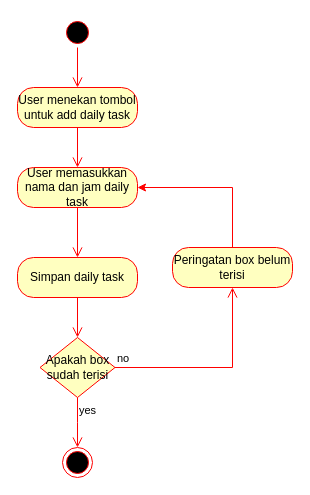
Before: page "Add daily task activity" (7 of 8) of Molitio.drawio in jearsevan101/Molitio, a draw.io diagram. Source tidied: cells renumbered, new cells numbered last; positions are measured from the earlier drawing's top-left corner, leaving out a move shared by most shapes. Both pictures are drawn from the tidied source at 100%, with x=0, y=0 at pixel (17, 17).
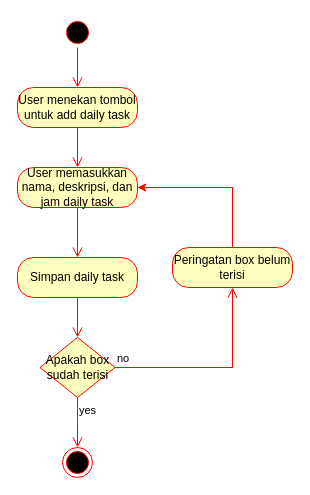
The same diagram, later.

Diff of the diagram source:
```diff
@@
 <mxGraphModel>
   <root>
     <mxCell id="0" />
     <mxCell id="1" parent="0" />
     <mxCell id="2" style="ellipse;html=1;shape=startState;fillColor=#000000;strokeColor=#ff0000;" parent="1" vertex="1">
       <mxGeometry x="45" width="30" height="30" as="geometry" />
     </mxCell>
     <mxCell id="3" style="edgeStyle=orthogonalEdgeStyle;html=1;verticalAlign=bottom;endArrow=open;endSize=8;strokeColor=#ff0000;rounded=0;entryX=0.5;entryY=0;entryDx=0;entryDy=0;" parent="1" edge="1" source="2" target="4">
       <mxGeometry relative="1" as="geometry" />
     </mxCell>
     <mxCell id="4" value="User menekan tombol untuk add daily task" style="rounded=1;whiteSpace=wrap;html=1;arcSize=40;fontColor=#000000;fillColor=#ffffc0;strokeColor=#ff0000;" parent="1" vertex="1">
       <mxGeometry y="70" width="120" height="40" as="geometry" />
     </mxCell>
     <mxCell id="5" style="edgeStyle=orthogonalEdgeStyle;html=1;verticalAlign=bottom;endArrow=open;endSize=8;strokeColor=#ff0000;rounded=0;entryX=0.5;entryY=0;entryDx=0;entryDy=0;" parent="1" edge="1" source="4" target="6">
       <mxGeometry relative="1" as="geometry" />
     </mxCell>
-    <mxCell id="6" value="User memasukkan nama dan jam daily task" style="rounded=1;whiteSpace=wrap;html=1;arcSize=40;fontColor=#000000;fillColor=#ffffc0;strokeColor=#ff0000;" parent="1" vertex="1">
+    <mxCell id="6" value="User memasukkan nama, deskripsi, dan jam daily task" style="rounded=1;whiteSpace=wrap;html=1;arcSize=40;fontColor=#000000;fillColor=#ffffc0;strokeColor=#ff0000;" parent="1" vertex="1">
       <mxGeometry y="150" width="120" height="40" as="geometry" />
     </mxCell>
     <mxCell id="7" style="edgeStyle=orthogonalEdgeStyle;html=1;verticalAlign=bottom;endArrow=open;endSize=8;strokeColor=#ff0000;rounded=0;entryX=0.5;entryY=0;entryDx=0;entryDy=0;" parent="1" edge="1" source="6" target="14">
       <mxGeometry relative="1" as="geometry" />
     </mxCell>
     <mxCell id="8" style="ellipse;html=1;shape=endState;fillColor=#000000;strokeColor=#ff0000;" parent="1" vertex="1">
       <mxGeometry x="45" y="430" width="30" height="30" as="geometry" />
     </mxCell>
     <mxCell id="9" value="Apakah box sudah terisi" style="rhombus;whiteSpace=wrap;html=1;fontColor=#000000;fillColor=#ffffc0;strokeColor=#ff0000;" parent="1" vertex="1">
       <mxGeometry x="22.5" y="320" width="75" height="60" as="geometry" />
     </mxCell>
     <mxCell id="10" value="no" style="edgeStyle=orthogonalEdgeStyle;html=1;align=left;verticalAlign=bottom;endArrow=open;endSize=8;strokeColor=#ff0000;rounded=0;exitX=1;exitY=0.5;exitDx=0;exitDy=0;entryX=0.5;entryY=1;entryDx=0;entryDy=0;" parent="1" edge="1" source="9" target="13">
       <mxGeometry x="-1" relative="1" as="geometry">
         <Array as="points">
           <mxPoint x="215" y="350" />
         </Array>
       </mxGeometry>
     </mxCell>
     <mxCell id="11" value="yes" style="edgeStyle=orthogonalEdgeStyle;html=1;align=left;verticalAlign=top;endArrow=open;endSize=8;strokeColor=#ff0000;rounded=0;" parent="1" edge="1" source="9">
       <mxGeometry x="-1" relative="1" as="geometry">
         <mxPoint x="60" y="430" as="targetPoint" />
       </mxGeometry>
     </mxCell>
     <mxCell id="12" style="edgeStyle=orthogonalEdgeStyle;rounded=0;jettySize=auto;html=1;exitX=0.5;exitY=0;exitDx=0;exitDy=0;entryX=1;entryY=0.5;entryDx=0;entryDy=0;strokeColor=#FF0000;" parent="1" edge="1" source="13" target="6">
       <mxGeometry relative="1" as="geometry" />
     </mxCell>
     <mxCell id="13" value="Peringatan box belum terisi" style="rounded=1;whiteSpace=wrap;html=1;arcSize=40;fontColor=#000000;fillColor=#ffffc0;strokeColor=#ff0000;" parent="1" vertex="1">
       <mxGeometry x="155" y="230" width="120" height="40" as="geometry" />
     </mxCell>
     <mxCell id="14" value="Simpan daily task" style="rounded=1;whiteSpace=wrap;html=1;arcSize=40;fontColor=#000000;fillColor=#ffffc0;strokeColor=#ff0000;" parent="1" vertex="1">
       <mxGeometry y="240" width="120" height="40" as="geometry" />
     </mxCell>
     <mxCell id="15" style="edgeStyle=orthogonalEdgeStyle;html=1;verticalAlign=bottom;endArrow=open;endSize=8;strokeColor=#ff0000;rounded=0;entryX=0.5;entryY=0;entryDx=0;entryDy=0;" parent="1" edge="1" source="14" target="9">
       <mxGeometry relative="1" as="geometry" />
     </mxCell>
   </root>
 </mxGraphModel>
```
